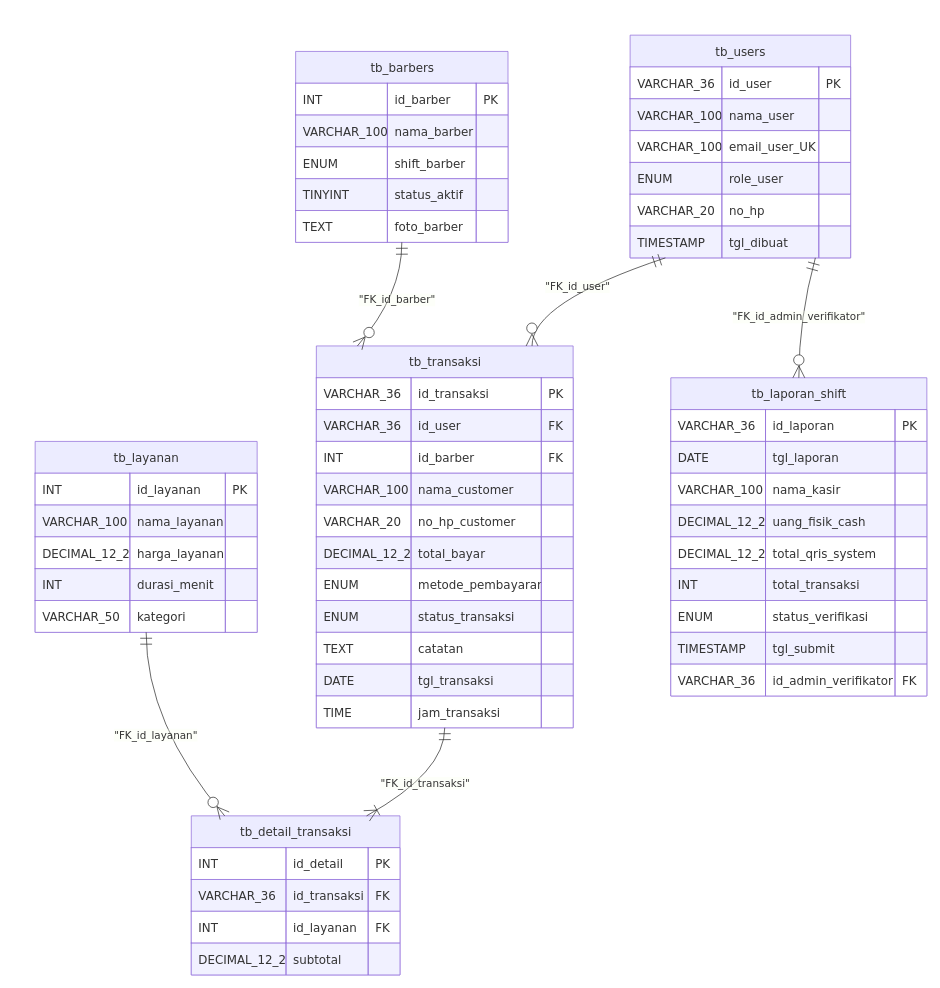
The draw.io diagram page "PDM" (5 of 8) of New Barbergo.drawio in FazleDzakyA/Classic-Barbergo_cashier, before the edit. Source tidied: cells renumbered, new cells numbered last; positions are measured from the earlier drawing's top-left corner, leaving out a move shared by most shapes. Both pictures are drawn from the tidied source at 74%, with x=0, y=0 at pixel (13, 13).
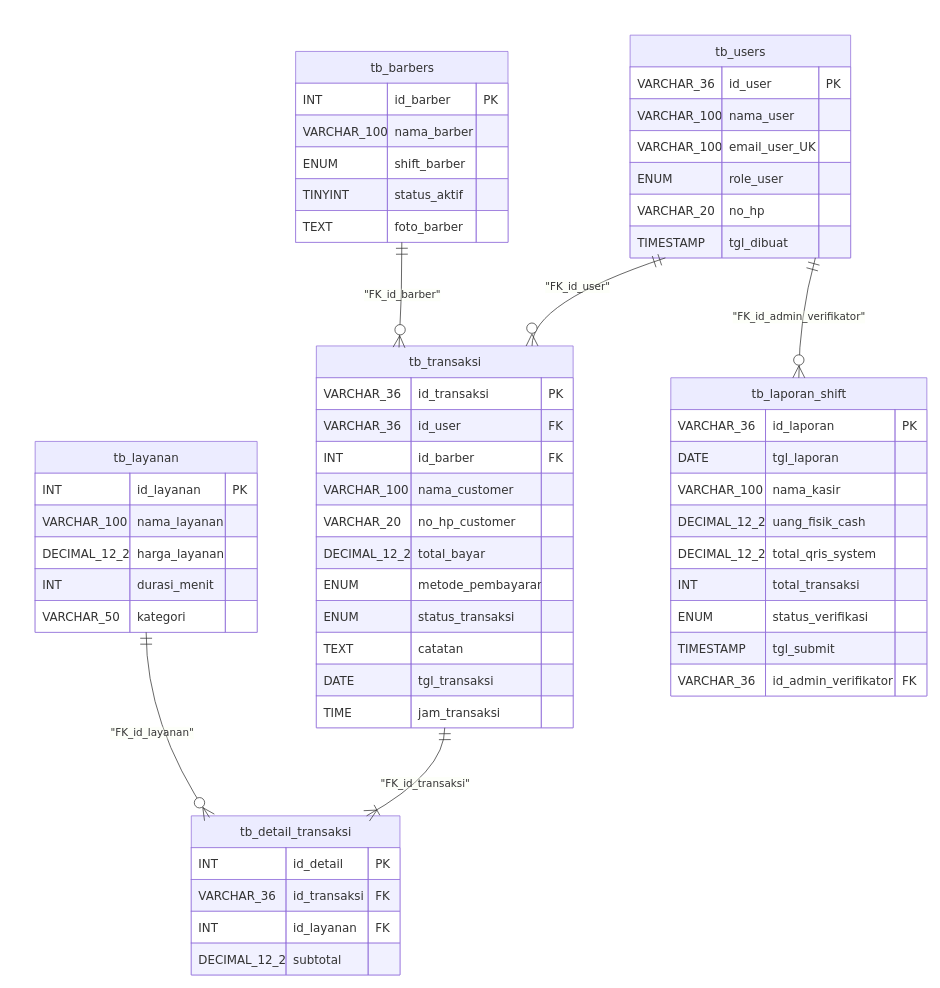
The same page after the edit.

The change refers to these unchanged cells:
```xml
<mxCell id="2" style="group;transparentBounds=1;editIcon=1;lockedGroup=0;groupPadding=10;" parent="1" vertex="1">
  <mxGeometry as="geometry" />
</mxCell>
<mxCell id="28" value="tb_transaksi" style="shape=table;startSize=43;childLayout=tableLayout;rowLines=1;fontSize=16;fontFamily=Trebuchet MS,Verdana,Arial,sans-serif;strokeWidth=1;align=center;html=1;fillColor=light-dark(#ECECFF,#1f2020);strokeColor=light-dark(#9370DB,#cccccc);fontColor=light-dark(#333333,#cccccc);" parent="2" vertex="1">
  <mxGeometry x="410" y="450" width="347" height="516" as="geometry" />
</mxCell>
<mxCell id="73" value="tb_barbers" style="shape=table;startSize=43;childLayout=tableLayout;rowLines=1;fontSize=16;fontFamily=Trebuchet MS,Verdana,Arial,sans-serif;strokeWidth=1;align=center;html=1;fillColor=light-dark(#ECECFF,#1f2020);strokeColor=light-dark(#9370DB,#cccccc);fontColor=light-dark(#333333,#cccccc);" parent="2" vertex="1">
  <mxGeometry x="382" y="52" width="287" height="258" as="geometry" />
</mxCell>
<mxCell id="94" value="tb_detail_transaksi" style="shape=table;startSize=43;childLayout=tableLayout;rowLines=1;fontSize=16;fontFamily=Trebuchet MS,Verdana,Arial,sans-serif;strokeWidth=1;align=center;html=1;fillColor=light-dark(#ECECFF,#1f2020);strokeColor=light-dark(#9370DB,#cccccc);fontColor=light-dark(#333333,#cccccc);" parent="2" vertex="1">
  <mxGeometry x="241" y="1085" width="282" height="215" as="geometry" />
</mxCell>
<mxCell id="111" value="tb_layanan" style="shape=table;startSize=43;childLayout=tableLayout;rowLines=1;fontSize=16;fontFamily=Trebuchet MS,Verdana,Arial,sans-serif;strokeWidth=1;align=center;html=1;fillColor=light-dark(#ECECFF,#1f2020);strokeColor=light-dark(#9370DB,#cccccc);fontColor=light-dark(#333333,#cccccc);" parent="2" vertex="1">
  <mxGeometry x="30" y="579" width="300" height="258" as="geometry" />
</mxCell>
```

Change to the diagram source:
```diff
@@
-    <mxCell id="170" value="&quot;FK_id_barber&quot;" style="curved=1;startArrow=ERmandOne;startSize=14;endArrow=ERzeroToMany;endSize=14;strokeColor=light-dark(#333333,#cccccc);strokeWidth=1;html=1;fontSize=14;labelBackgroundColor=light-dark(#F8FFEC4D,#2a2a2a4D);fontFamily=Trebuchet MS,Verdana,Arial,sans-serif;fontColor=light-dark(#333333,#cccccc);exitX=0.5;exitY=1;entryX=0.16;entryY=0;rounded=0;" parent="2" edge="1" source="73" target="28">
+    <mxCell id="170" value="&quot;FK_id_barber&quot;" style="curved=1;startArrow=ERmandOne;startSize=14;endArrow=ERzeroToMany;endSize=14;strokeColor=light-dark(#333333,#cccccc);strokeWidth=1;html=1;fontSize=14;labelBackgroundColor=light-dark(#F8FFEC4D,#2a2a2a4D);fontFamily=Trebuchet MS,Verdana,Arial,sans-serif;fontColor=light-dark(#333333,#cccccc);exitX=0.5;exitY=1;entryX=0.322;entryY=0.004;rounded=0;entryDx=0;entryDy=0;entryPerimeter=0;" parent="2" edge="1" source="73" target="28">
       <mxGeometry relative="1" as="geometry">
         <Array as="points">
           <mxPoint x="526" y="380" />
         </Array>
       </mxGeometry>
     </mxCell>
@@
-    <mxCell id="172" value="&quot;FK_id_layanan&quot;" style="curved=1;startArrow=ERmandOne;startSize=14;endArrow=ERzeroToMany;endSize=14;strokeColor=light-dark(#333333,#cccccc);strokeWidth=1;html=1;fontSize=14;labelBackgroundColor=light-dark(#F8FFEC4D,#2a2a2a4D);fontFamily=Trebuchet MS,Verdana,Arial,sans-serif;fontColor=light-dark(#333333,#cccccc);exitX=0.5;exitY=1;entryX=0.16;entryY=0;rounded=0;" parent="2" edge="1" source="111" target="94">
+    <mxCell id="172" value="&quot;FK_id_layanan&quot;" style="curved=1;startArrow=ERmandOne;startSize=14;endArrow=ERzeroToMany;endSize=14;strokeColor=light-dark(#333333,#cccccc);strokeWidth=1;html=1;fontSize=14;labelBackgroundColor=light-dark(#F8FFEC4D,#2a2a2a4D);fontFamily=Trebuchet MS,Verdana,Arial,sans-serif;fontColor=light-dark(#333333,#cccccc);exitX=0.5;exitY=1;entryX=0.087;entryY=0.01;rounded=0;entryDx=0;entryDy=0;entryPerimeter=0;" parent="2" edge="1" source="111" target="94">
       <mxGeometry relative="1" as="geometry">
         <Array as="points">
           <mxPoint x="180" y="961" />
         </Array>
       </mxGeometry>
     </mxCell>
```
